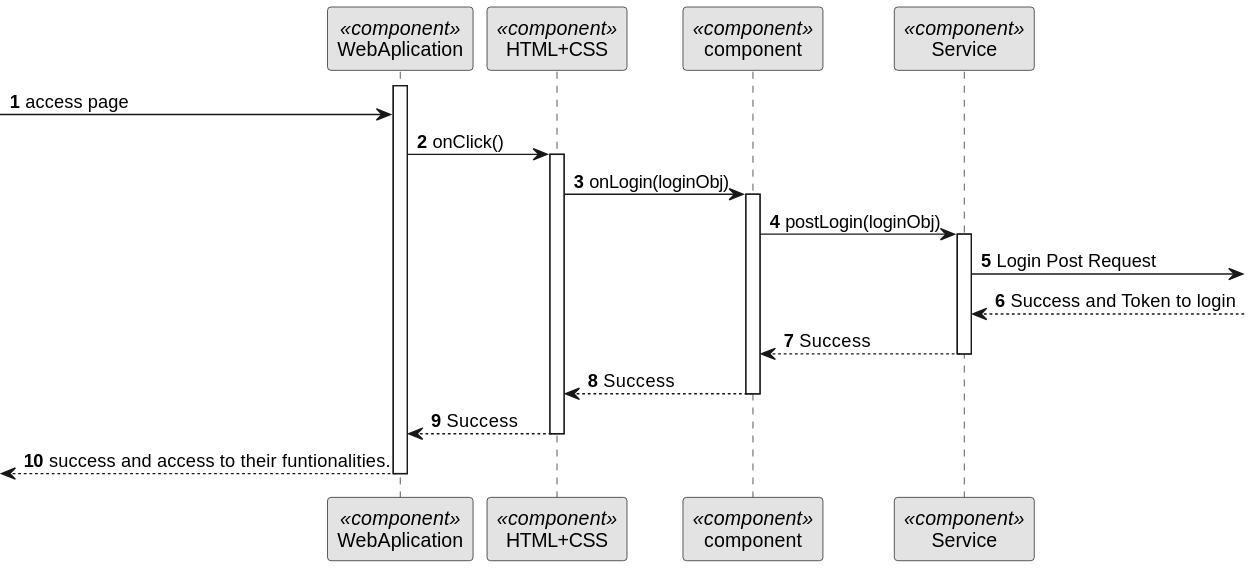
Earlier version of the PlantUML export docs/BackofficeModule/7.2.13/sequence-diagram-3.svg (Ana-Miguel-Silva/SurgicalAppointmentAndResourceManagement). Source of this version:
```plantuml
@startuml
skinparam monochrome true
skinparam packageStyle rectangle
skinparam shadowing false

autonumber

participant "WebAplication" as FE <<component>>
participant "HTML+CSS" as HT <<component>>
participant "component" as CM <<component>>
participant "Service" as SERV <<component>>


activate FE
-> FE: access page

FE -> HT : onClick()
activate HT


HT -> CM : onLogin(loginObj)

activate CM

CM -> SERV : postLogin(loginObj)

 activate SERV

  SERV -> : Login Post Request

 SERV <-- : Success and Token to login

SERV --> CM : Success


deactivate SERV

CM --> HT : Success
deactivate CM



HT --> FE : Success
deactivate HT

<--- FE : success and access to their funtionalities.

deactivate FE
@enduml
```
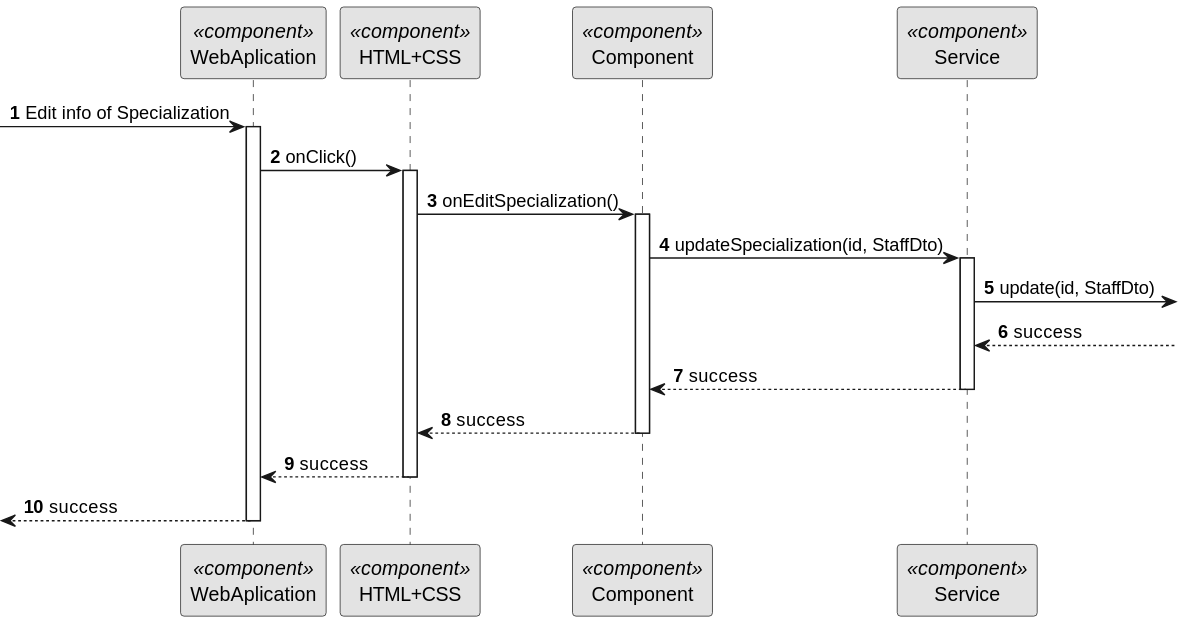
The same file after the commit.

What changed in the source:
```diff
@@ -7,43 +7,38 @@
 
 participant "WebAplication" as FE <<component>>
 participant "HTML+CSS" as HT <<component>>
-participant "component" as CM <<component>>
+participant "Component" as CM <<component>>
 participant "Service" as SERV <<component>>
 
 
+
+-> FE : Edit info of Specialization
 activate FE
--> FE: access page
 
-FE -> HT : onClick()
-activate HT
+ FE -> HT : onClick()
+ activate HT
+
+ HT -> CM : onEditSpecialization()
+activate CM
+CM -> SERV : updateSpecialization(id, StaffDto)
+activate SERV
+SERV ->: update(id, StaffDto)
 
 
-HT -> CM : onLogin(loginObj)
+SERV <-- : success
 
-activate CM
-
-CM -> SERV : postLogin(loginObj)
-
- activate SERV
-
-  SERV -> : Login Post Request
-
- SERV <-- : Success and Token to login
-
-SERV --> CM : Success
-
+SERV --> CM : success
 
 deactivate SERV
+CM --> HT: success
 
-CM --> HT : Success
 deactivate CM
 
-
-
-HT --> FE : Success
+HT --> FE : success
 deactivate HT
 
-<--- FE : success and access to their funtionalities.
+<-- FE : success
+
 
 deactivate FE
 @enduml
```
